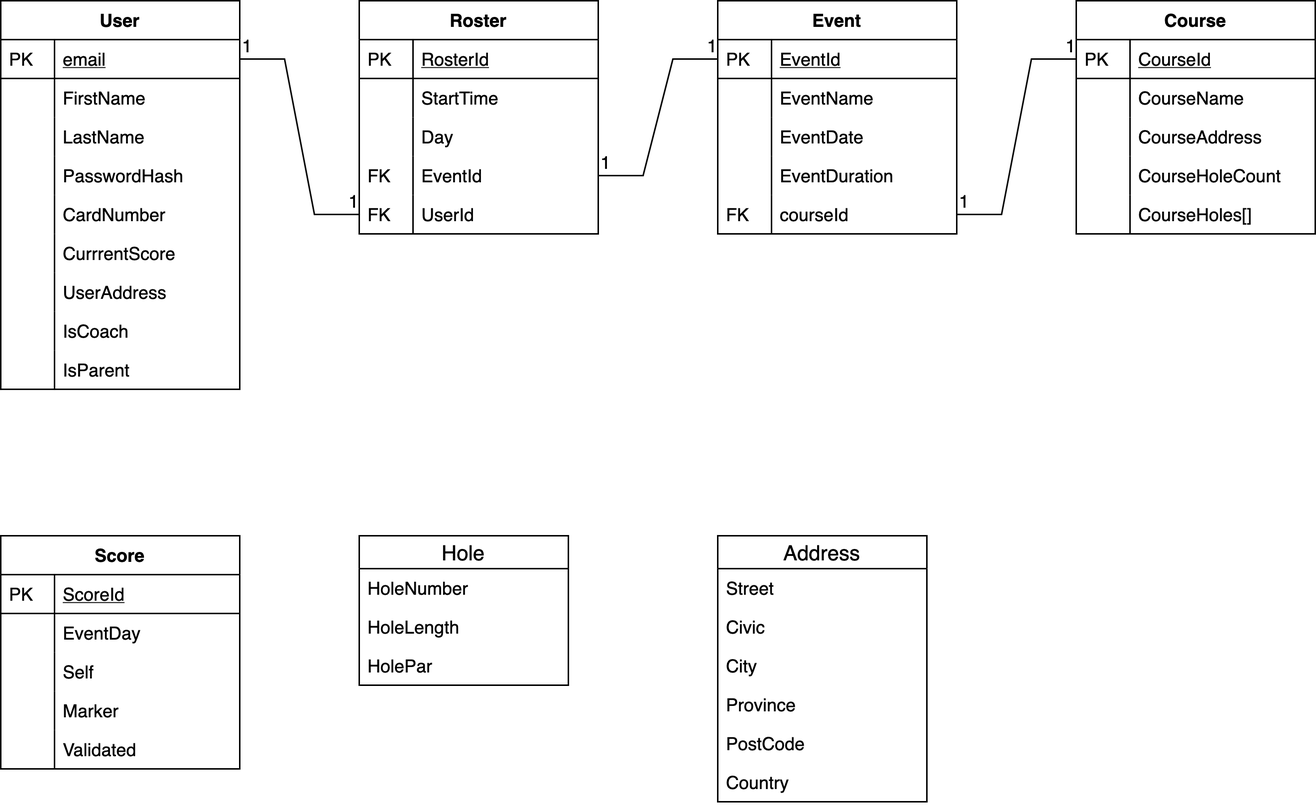
The draw.io diagram ProjectDocs/GolfScoringDB.png in paolob67/GolfScoring, before a commit. Source tidied: cells renumbered, new cells last; positions are measured from the earlier drawing's top-left corner, leaving out a move shared by most shapes.
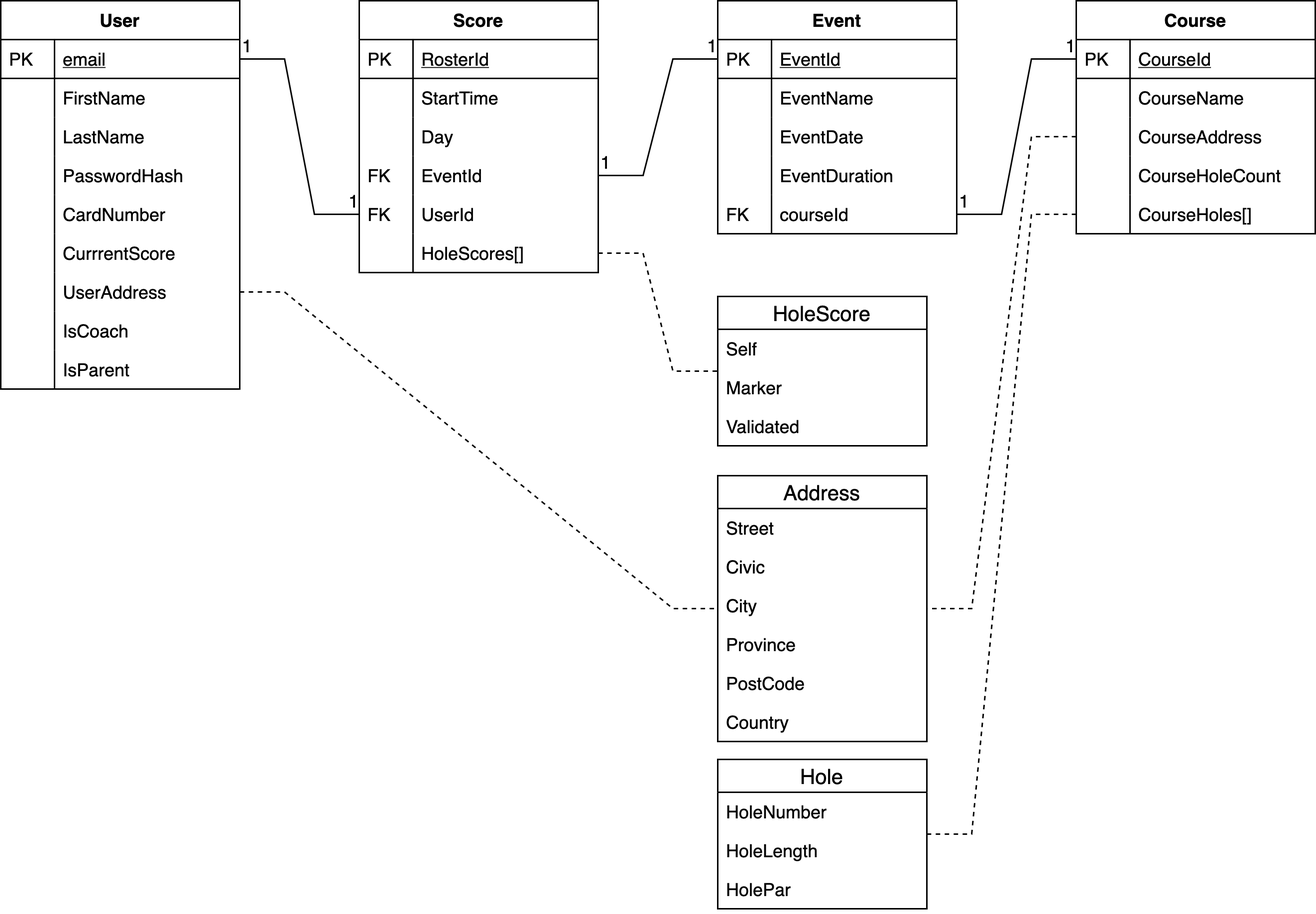
The same file after the commit.

Diff of the diagram source:
```diff
@@ -59,39 +59,6 @@
     <mxCell id="20" style="shape=partialRectangle;top=0;left=0;bottom=0;fillColor=none;align=left;verticalAlign=top;spacingLeft=4;spacingRight=4;overflow=hidden;" parent="19" vertex="1">
       <mxGeometry width="36" height="26" as="geometry" />
     </mxCell>
-    <mxCell id="21" value="Score" style="swimlane;fontStyle=1;horizontal=1;startSize=26;rounded=0;shadow=0;strokeWidth=1;" parent="1" vertex="1">
-      <mxGeometry y="358" width="160" height="156" as="geometry" />
-    </mxCell>
-    <mxCell id="22" value="ScoreId" style="shape=partialRectangle;top=0;left=0;right=0;bottom=1;align=left;verticalAlign=top;fillColor=none;spacingLeft=40;spacingRight=4;overflow=hidden;rounded=0;shadow=0;strokeWidth=1;fontStyle=4;" parent="21" vertex="1">
-      <mxGeometry y="26" width="160" height="26" as="geometry" />
-    </mxCell>
-    <mxCell id="23" value="PK" style="shape=partialRectangle;top=0;left=0;bottom=0;fillColor=none;align=left;verticalAlign=top;spacingLeft=4;spacingRight=4;overflow=hidden;" parent="22" vertex="1">
-      <mxGeometry width="36" height="26" as="geometry" />
-    </mxCell>
-    <mxCell id="24" value="EventDay" style="shape=partialRectangle;top=0;left=0;right=0;bottom=0;align=left;verticalAlign=top;fillColor=none;spacingLeft=40;spacingRight=4;overflow=hidden;rounded=0;shadow=0;strokeWidth=1;" parent="21" vertex="1">
-      <mxGeometry y="52" width="160" height="26" as="geometry" />
-    </mxCell>
-    <mxCell id="25" style="shape=partialRectangle;top=0;left=0;bottom=0;fillColor=none;align=left;verticalAlign=top;spacingLeft=4;spacingRight=4;overflow=hidden;" parent="24" vertex="1">
-      <mxGeometry width="36" height="26" as="geometry" />
-    </mxCell>
-    <mxCell id="26" value="Self" style="shape=partialRectangle;top=0;left=0;right=0;bottom=0;align=left;verticalAlign=top;fillColor=none;spacingLeft=40;spacingRight=4;overflow=hidden;rounded=0;shadow=0;strokeWidth=1;" parent="21" vertex="1">
-      <mxGeometry y="78" width="160" height="26" as="geometry" />
-    </mxCell>
-    <mxCell id="27" style="shape=partialRectangle;top=0;left=0;bottom=0;fillColor=none;align=left;verticalAlign=top;spacingLeft=4;spacingRight=4;overflow=hidden;" parent="26" vertex="1">
-      <mxGeometry width="36" height="26" as="geometry" />
-    </mxCell>
-    <mxCell id="28" value="Marker" style="shape=partialRectangle;top=0;left=0;right=0;bottom=0;align=left;verticalAlign=top;fillColor=none;spacingLeft=40;spacingRight=4;overflow=hidden;rounded=0;shadow=0;strokeWidth=1;" parent="21" vertex="1">
-      <mxGeometry y="104" width="160" height="26" as="geometry" />
-    </mxCell>
-    <mxCell id="29" style="shape=partialRectangle;top=0;left=0;bottom=0;fillColor=none;align=left;verticalAlign=top;spacingLeft=4;spacingRight=4;overflow=hidden;" parent="28" vertex="1">
-      <mxGeometry width="36" height="26" as="geometry" />
-    </mxCell>
-    <mxCell id="30" value="Validated" style="shape=partialRectangle;top=0;left=0;right=0;bottom=0;align=left;verticalAlign=top;fillColor=none;spacingLeft=40;spacingRight=4;overflow=hidden;rounded=0;shadow=0;strokeWidth=1;" parent="21" vertex="1">
-      <mxGeometry y="130" width="160" height="26" as="geometry" />
-    </mxCell>
-    <mxCell id="31" style="shape=partialRectangle;top=0;left=0;bottom=0;fillColor=none;align=left;verticalAlign=top;spacingLeft=4;spacingRight=4;overflow=hidden;" parent="30" vertex="1">
-      <mxGeometry width="36" height="26" as="geometry" />
-    </mxCell>
     <mxCell id="32" style="endArrow=none;html=1;rounded=0;exitX=1;exitY=0.5;exitDx=0;exitDy=0;entryX=0;entryY=0.5;entryDx=0;entryDy=0;edgeStyle=entityRelationEdgeStyle;" parent="1" edge="1" source="3" target="44">
       <mxGeometry relative="1" as="geometry" />
     </mxCell>
@@ -101,8 +68,8 @@
     <mxCell id="34" value="1" style="html=1;align=right;verticalAlign=bottom;" parent="32" vertex="1">
       <mxGeometry x="1" relative="1" as="geometry" />
     </mxCell>
-    <mxCell id="35" value="Roster" style="swimlane;fontStyle=1;horizontal=1;startSize=26;rounded=0;shadow=0;strokeWidth=1;" parent="1" vertex="1">
-      <mxGeometry x="240" width="160" height="156" as="geometry" />
+    <mxCell id="35" value="Score" style="swimlane;fontStyle=1;horizontal=1;startSize=26;rounded=0;shadow=0;strokeWidth=1;" parent="1" vertex="1">
+      <mxGeometry x="240" width="160" height="182" as="geometry" />
     </mxCell>
     <mxCell id="36" value="RosterId" style="shape=partialRectangle;top=0;left=0;right=0;bottom=1;align=left;verticalAlign=top;fillColor=none;spacingLeft=40;spacingRight=4;overflow=hidden;rounded=0;shadow=0;strokeWidth=1;fontStyle=4;" parent="35" vertex="1">
       <mxGeometry y="26" width="160" height="26" as="geometry" />
@@ -134,6 +101,12 @@
     <mxCell id="45" value="FK" style="shape=partialRectangle;top=0;left=0;bottom=0;fillColor=none;align=left;verticalAlign=top;spacingLeft=4;spacingRight=4;overflow=hidden;" parent="44" vertex="1">
       <mxGeometry width="36" height="26" as="geometry" />
     </mxCell>
+    <mxCell id="85" value="HoleScores[]" style="shape=partialRectangle;top=0;left=0;right=0;bottom=0;align=left;verticalAlign=top;fillColor=none;spacingLeft=40;spacingRight=4;overflow=hidden;points=[[0,0.5],[1,0.5]];portConstraint=eastwest;rounded=0;shadow=0;strokeWidth=1;" parent="35" vertex="1">
+      <mxGeometry y="156" width="160" height="26" as="geometry" />
+    </mxCell>
+    <mxCell id="86" style="shape=partialRectangle;top=0;left=0;bottom=0;fillColor=none;align=left;verticalAlign=top;spacingLeft=4;spacingRight=4;overflow=hidden;" parent="85" vertex="1">
+      <mxGeometry width="36" height="26" as="geometry" />
+    </mxCell>
     <mxCell id="46" style="endArrow=none;html=1;rounded=0;edgeStyle=entityRelationEdgeStyle;" parent="1" edge="1" source="42" target="50">
       <mxGeometry relative="1" as="geometry" />
     </mxCell>
@@ -218,20 +191,29 @@
     <mxCell id="73" style="shape=partialRectangle;top=0;left=0;bottom=0;fillColor=none;align=left;verticalAlign=top;spacingLeft=4;spacingRight=4;overflow=hidden;" parent="72" vertex="1">
       <mxGeometry width="36" height="26" as="geometry" />
     </mxCell>
-    <mxCell id="74" value="Hole" style="swimlane;fontStyle=0;horizontal=1;startSize=22;align=center;fontSize=14;" parent="1" vertex="1">
-      <mxGeometry x="240" y="358" width="140" height="100" as="geometry" />
-    </mxCell>
-    <mxCell id="75" value="HoleNumber" style="text;strokeColor=none;fillColor=none;spacingLeft=4;spacingRight=4;overflow=hidden;fontSize=12;" parent="74" vertex="1">
-      <mxGeometry y="22" width="140" height="26" as="geometry" />
-    </mxCell>
-    <mxCell id="76" value="HoleLength" style="text;strokeColor=none;fillColor=none;spacingLeft=4;spacingRight=4;overflow=hidden;fontSize=12;" parent="74" vertex="1">
-      <mxGeometry y="48" width="140" height="26" as="geometry" />
-    </mxCell>
-    <mxCell id="77" value="HolePar" style="text;strokeColor=none;fillColor=none;spacingLeft=4;spacingRight=4;overflow=hidden;fontSize=12;" parent="74" vertex="1">
-      <mxGeometry y="74" width="140" height="26" as="geometry" />
-    </mxCell>
+    <mxCell id="87" style="edgeStyle=entityRelationEdgeStyle;rounded=0;jettySize=auto;html=1;endArrow=none;endFill=0;dashed=1;" parent="1" edge="1" source="15" target="78">
+      <mxGeometry relative="1" as="geometry" />
+    </mxCell>
+    <mxCell id="88" style="edgeStyle=entityRelationEdgeStyle;rounded=0;jettySize=auto;html=1;endArrow=none;endFill=0;dashed=1;exitX=1;exitY=0.5;exitDx=0;exitDy=0;" parent="1" edge="1" source="85" target="90">
+      <mxGeometry relative="1" as="geometry" />
+    </mxCell>
+    <mxCell id="89" style="edgeStyle=entityRelationEdgeStyle;rounded=0;jettySize=auto;html=1;dashed=1;endArrow=none;endFill=0;" parent="1" edge="1" source="68" target="78">
+      <mxGeometry relative="1" as="geometry" />
+    </mxCell>
+    <mxCell id="90" value="HoleScore" style="swimlane;fontStyle=0;horizontal=1;startSize=22;align=center;fontSize=14;" parent="1" vertex="1">
+      <mxGeometry x="480" y="198" width="140" height="100" as="geometry" />
+    </mxCell>
+    <mxCell id="26" value="Self" style="text;strokeColor=none;fillColor=none;spacingLeft=4;spacingRight=4;overflow=hidden;fontSize=12;" parent="90" vertex="1">
+      <mxGeometry y="22" width="140" height="26" as="geometry" />
+    </mxCell>
+    <mxCell id="28" value="Marker" style="text;strokeColor=none;fillColor=none;spacingLeft=4;spacingRight=4;overflow=hidden;fontSize=12;" parent="90" vertex="1">
+      <mxGeometry y="48" width="140" height="26" as="geometry" />
+    </mxCell>
+    <mxCell id="30" value="Validated" style="text;strokeColor=none;fillColor=none;spacingLeft=4;spacingRight=4;overflow=hidden;fontSize=12;" parent="90" vertex="1">
+      <mxGeometry y="74" width="140" height="26" as="geometry" />
+    </mxCell>
     <mxCell id="78" value="Address" style="swimlane;fontStyle=0;horizontal=1;startSize=22;align=center;fontSize=14;" parent="1" vertex="1">
-      <mxGeometry x="480" y="358" width="140" height="178" as="geometry" />
+      <mxGeometry x="480" y="318" width="140" height="178" as="geometry" />
     </mxCell>
     <mxCell id="79" value="Street" style="text;strokeColor=none;fillColor=none;spacingLeft=4;spacingRight=4;overflow=hidden;fontSize=12;" parent="78" vertex="1">
       <mxGeometry y="22" width="140" height="26" as="geometry" />
@@ -251,5 +233,20 @@
     <mxCell id="84" value="Country" style="text;strokeColor=none;fillColor=none;spacingLeft=4;spacingRight=4;overflow=hidden;fontSize=12;" parent="78" vertex="1">
       <mxGeometry y="152" width="140" height="26" as="geometry" />
     </mxCell>
+    <mxCell id="74" value="Hole" style="swimlane;fontStyle=0;horizontal=1;startSize=22;align=center;fontSize=14;" parent="1" vertex="1">
+      <mxGeometry x="480" y="508" width="140" height="100" as="geometry" />
+    </mxCell>
+    <mxCell id="75" value="HoleNumber" style="text;strokeColor=none;fillColor=none;spacingLeft=4;spacingRight=4;overflow=hidden;fontSize=12;" parent="74" vertex="1">
+      <mxGeometry y="22" width="140" height="26" as="geometry" />
+    </mxCell>
+    <mxCell id="76" value="HoleLength" style="text;strokeColor=none;fillColor=none;spacingLeft=4;spacingRight=4;overflow=hidden;fontSize=12;" parent="74" vertex="1">
+      <mxGeometry y="48" width="140" height="26" as="geometry" />
+    </mxCell>
+    <mxCell id="77" value="HolePar" style="text;strokeColor=none;fillColor=none;spacingLeft=4;spacingRight=4;overflow=hidden;fontSize=12;" parent="74" vertex="1">
+      <mxGeometry y="74" width="140" height="26" as="geometry" />
+    </mxCell>
+    <mxCell id="91" style="edgeStyle=entityRelationEdgeStyle;rounded=0;jettySize=auto;html=1;dashed=1;endArrow=none;endFill=0;" parent="1" edge="1" source="72" target="74">
+      <mxGeometry relative="1" as="geometry" />
+    </mxCell>
   </root>
 </mxGraphModel>
```
